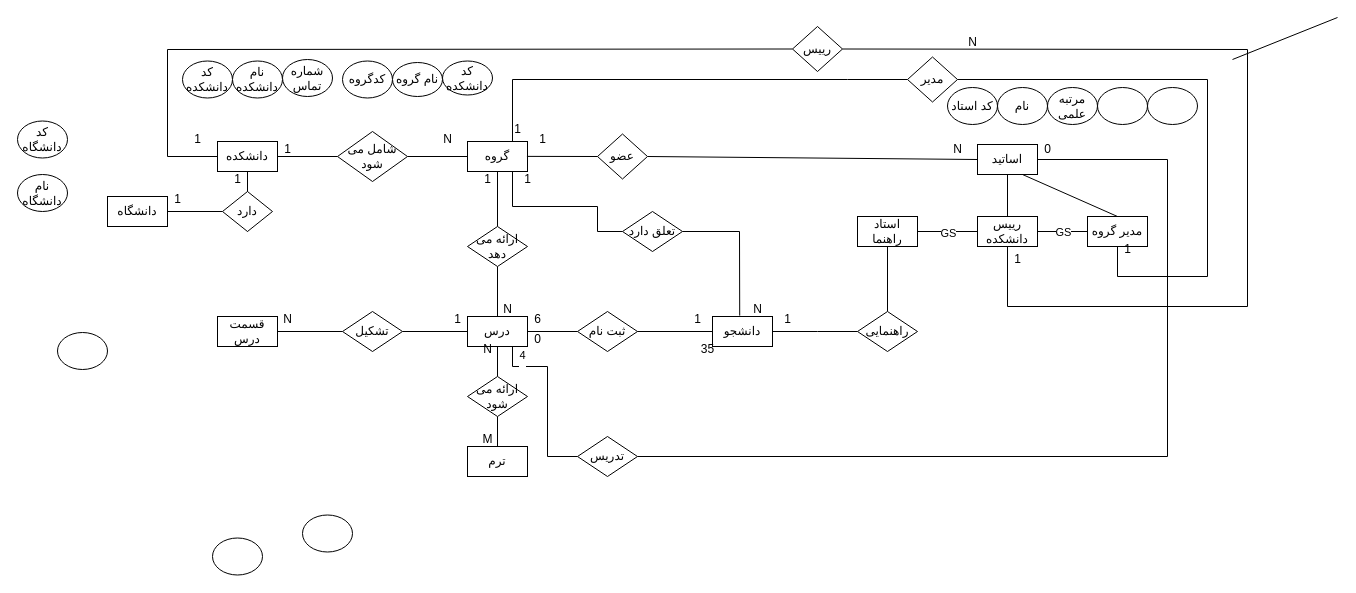
This is Untitled Diagram.drawio from Arsah65/led-light, a draw.io file, before an edit. Source tidied: cells renumbered, new cells numbered last; positions are measured from the earlier drawing's top-left corner, leaving out a move shared by most shapes. Both pictures are drawn from the tidied source at 100%, with x=0, y=0 at pixel (17, 17).
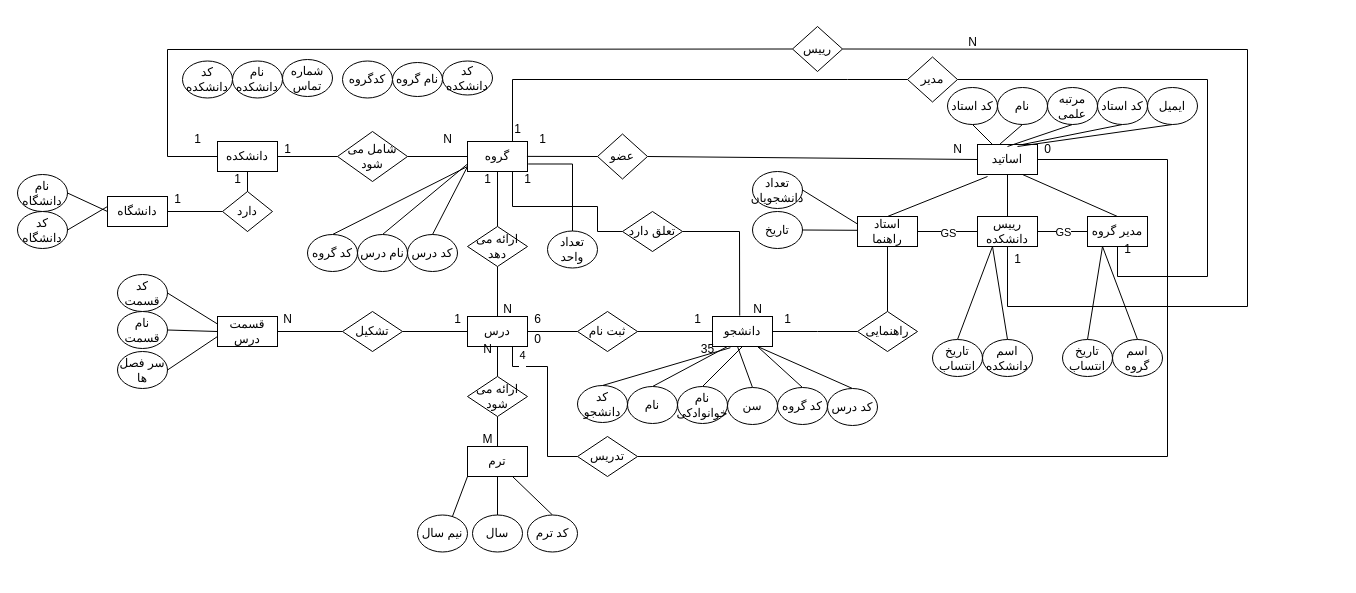
The same page after the edit.

Unchanged cells that the change refers to:
```xml
<mxCell id="3" value="دانشگاه" style="rounded=0;whiteSpace=wrap;html=1;" parent="1" vertex="1">
  <mxGeometry x="90" y="179" width="60" height="30" as="geometry" />
</mxCell>
<mxCell id="8" value="اساتید" style="rounded=0;whiteSpace=wrap;html=1;" parent="1" vertex="1">
  <mxGeometry x="960" y="127" width="60" height="30" as="geometry" />
</mxCell>
<mxCell id="12" value="گروه" style="rounded=0;whiteSpace=wrap;html=1;" parent="1" vertex="1">
  <mxGeometry x="450" y="124" width="60" height="30" as="geometry" />
</mxCell>
<mxCell id="13" value="قسمت درس " style="rounded=0;whiteSpace=wrap;html=1;" parent="1" vertex="1">
  <mxGeometry x="200" y="299" width="60" height="30" as="geometry" />
</mxCell>
<mxCell id="24" value="دانشجو" style="rounded=0;whiteSpace=wrap;html=1;" parent="1" vertex="1">
  <mxGeometry x="695" y="299" width="60" height="30" as="geometry" />
</mxCell>
<mxCell id="27" value="ترم" style="rounded=0;whiteSpace=wrap;html=1;" parent="1" vertex="1">
  <mxGeometry x="450" y="429" width="60" height="30" as="geometry" />
</mxCell>
<mxCell id="63" value="35" style="text;html=1;align=center;verticalAlign=middle;points=[];strokeColor=none;fillColor=none;" parent="1" vertex="1">
  <mxGeometry x="670" y="317" width="40" height="30" as="geometry" />
</mxCell>
<mxCell id="64" value="1" style="text;html=1;align=center;verticalAlign=middle;points=[];strokeColor=none;fillColor=none;" parent="1" vertex="1">
  <mxGeometry x="495" y="147" width="30" height="30" as="geometry" />
</mxCell>
<mxCell id="69" value="استاد راهنما" style="rounded=0;whiteSpace=wrap;html=1;" parent="1" vertex="1">
  <mxGeometry x="840" y="199" width="60" height="30" as="geometry" />
</mxCell>
<mxCell id="70" value="مدیر گروه" style="rounded=0;whiteSpace=wrap;html=1;" parent="1" vertex="1">
  <mxGeometry x="1070" y="199" width="60" height="30" as="geometry" />
</mxCell>
<mxCell id="75" value="رییس دانشکده" style="rounded=0;whiteSpace=wrap;html=1;" parent="1" vertex="1">
  <mxGeometry x="960" y="199" width="60" height="30" as="geometry" />
</mxCell>
<mxCell id="86" value="نام دانشگاه" style="ellipse;whiteSpace=wrap;html=1;" parent="1" vertex="1">
  <mxGeometry y="157" width="50" height="37" as="geometry" />
</mxCell>
<mxCell id="94" value="کد استاد" style="ellipse;whiteSpace=wrap;html=1;" parent="1" vertex="1">
  <mxGeometry x="930" y="70" width="50" height="37" as="geometry" />
</mxCell>
<mxCell id="97" value="نام" style="ellipse;whiteSpace=wrap;html=1;" parent="1" vertex="1">
  <mxGeometry x="980" y="70" width="50" height="37" as="geometry" />
</mxCell>
<mxCell id="98" value="مرتبه علمی" style="ellipse;whiteSpace=wrap;html=1;" parent="1" vertex="1">
  <mxGeometry x="1030" y="70" width="50" height="37" as="geometry" />
</mxCell>
```

The edit, as a diff of the source:
```diff
@@
-    <mxCell id="4" style="edgeStyle=none;rounded=0;orthogonalLoop=1;jettySize=auto;html=1;exitX=0.25;exitY=1;exitDx=0;exitDy=0;entryX=0.5;entryY=0;entryDx=0;entryDy=0;endArrow=none;startFill=0;" parent="1" edge="1">
-      <mxGeometry relative="1" as="geometry">
-        <mxPoint x="1320" as="sourcePoint" />
-        <mxPoint x="1215" y="42" as="targetPoint" />
-      </mxGeometry>
-    </mxCell>
@@
+    <mxCell id="101" style="edgeStyle=none;rounded=0;jettySize=auto;html=1;exitX=0.5;exitY=1;exitDx=0;exitDy=0;entryX=0.5;entryY=0;entryDx=0;entryDy=0;endArrow=none;startFill=0;" parent="1" edge="1" source="27" target="124">
+      <mxGeometry relative="1" as="geometry" />
+    </mxCell>
+    <mxCell id="102" style="edgeStyle=none;rounded=0;jettySize=auto;html=1;exitX=0.75;exitY=1;exitDx=0;exitDy=0;entryX=0.5;entryY=0;entryDx=0;entryDy=0;endArrow=none;startFill=0;" parent="1" edge="1" source="27" target="123">
+      <mxGeometry relative="1" as="geometry" />
+    </mxCell>
@@
+    <mxCell id="103" style="edgeStyle=none;rounded=0;jettySize=auto;html=1;exitX=0.5;exitY=0;exitDx=0;exitDy=0;endArrow=none;startFill=0;" parent="1" edge="1" source="69">
+      <mxGeometry relative="1" as="geometry">
+        <mxPoint x="970" y="159" as="targetPoint" />
+      </mxGeometry>
+    </mxCell>
@@
+    <mxCell id="104" style="edgeStyle=none;rounded=0;jettySize=auto;html=1;exitX=1;exitY=0.5;exitDx=0;exitDy=0;endArrow=none;startFill=0;" parent="1" edge="1" source="85">
+      <mxGeometry relative="1" as="geometry">
+        <mxPoint x="90" y="189" as="targetPoint" />
+      </mxGeometry>
+    </mxCell>
     <mxCell id="85" value="کد دانشگاه" style="ellipse;whiteSpace=wrap;html=1;" parent="1" vertex="1">
-      <mxGeometry y="103.5" width="50" height="37" as="geometry" />
+      <mxGeometry y="194" width="50" height="37" as="geometry" />
     </mxCell>
+    <mxCell id="105" style="edgeStyle=none;rounded=0;jettySize=auto;html=1;exitX=1;exitY=0.5;exitDx=0;exitDy=0;entryX=0;entryY=0.5;entryDx=0;entryDy=0;endArrow=none;startFill=0;" parent="1" edge="1" source="86" target="3">
+      <mxGeometry relative="1" as="geometry" />
+    </mxCell>
@@
+    <mxCell id="106" style="edgeStyle=none;rounded=0;jettySize=auto;html=1;exitX=0.5;exitY=0;exitDx=0;exitDy=0;endArrow=none;startFill=0;" parent="1" edge="1" source="91">
+      <mxGeometry relative="1" as="geometry">
+        <mxPoint x="450" y="149" as="targetPoint" />
+      </mxGeometry>
+    </mxCell>
-    <mxCell id="91" style="ellipse;whiteSpace=wrap;html=1;" parent="1" vertex="1">
-      <mxGeometry x="40" y="315" width="50" height="37" as="geometry" />
+    <mxCell id="91" value="کد گروه" style="ellipse;whiteSpace=wrap;html=1;" parent="1" vertex="1">
+      <mxGeometry x="290" y="217" width="50" height="37" as="geometry" />
     </mxCell>
+    <mxCell id="107" style="edgeStyle=none;rounded=0;jettySize=auto;html=1;exitX=0.5;exitY=0;exitDx=0;exitDy=0;entryX=0.75;entryY=1;entryDx=0;entryDy=0;endArrow=none;startFill=0;" parent="1" edge="1" source="92" target="24">
+      <mxGeometry relative="1" as="geometry" />
+    </mxCell>
-    <mxCell id="92" style="ellipse;whiteSpace=wrap;html=1;" parent="1" vertex="1">
-      <mxGeometry x="285" y="497.5" width="50" height="37" as="geometry" />
+    <mxCell id="92" value="کد درس" style="ellipse;whiteSpace=wrap;html=1;" parent="1" vertex="1">
+      <mxGeometry x="810" y="371" width="50" height="37" as="geometry" />
     </mxCell>
-    <mxCell id="93" style="ellipse;whiteSpace=wrap;html=1;" parent="1" vertex="1">
-      <mxGeometry x="195" y="520.5" width="50" height="37" as="geometry" />
-    </mxCell>
+    <mxCell id="108" style="edgeStyle=none;rounded=0;jettySize=auto;html=1;exitX=0.5;exitY=1;exitDx=0;exitDy=0;entryX=0.25;entryY=0;entryDx=0;entryDy=0;endArrow=none;startFill=0;" parent="1" edge="1" source="94" target="8">
+      <mxGeometry relative="1" as="geometry" />
+    </mxCell>
@@
+    <mxCell id="109" style="edgeStyle=none;rounded=0;jettySize=auto;html=1;exitX=0.5;exitY=1;exitDx=0;exitDy=0;endArrow=none;startFill=0;" parent="1" edge="1" source="98">
+      <mxGeometry relative="1" as="geometry">
+        <mxPoint x="990" y="129" as="targetPoint" />
+      </mxGeometry>
+    </mxCell>
@@
+    <mxCell id="110" style="edgeStyle=none;rounded=0;jettySize=auto;html=1;exitX=0.5;exitY=1;exitDx=0;exitDy=0;entryX=0.75;entryY=0;entryDx=0;entryDy=0;endArrow=none;startFill=0;" parent="1" edge="1" source="99" target="8">
+      <mxGeometry relative="1" as="geometry" />
+    </mxCell>
-    <mxCell id="99" style="ellipse;whiteSpace=wrap;html=1;" parent="1" vertex="1">
+    <mxCell id="99" value="کد استاد" style="ellipse;whiteSpace=wrap;html=1;" parent="1" vertex="1">
       <mxGeometry x="1080" y="70" width="50" height="37" as="geometry" />
     </mxCell>
+    <mxCell id="111" style="edgeStyle=none;rounded=0;jettySize=auto;html=1;exitX=0.5;exitY=1;exitDx=0;exitDy=0;endArrow=none;startFill=0;" parent="1" edge="1" source="100">
+      <mxGeometry relative="1" as="geometry">
+        <mxPoint x="1000" y="129" as="targetPoint" />
+      </mxGeometry>
+    </mxCell>
-    <mxCell id="100" style="ellipse;whiteSpace=wrap;html=1;" parent="1" vertex="1">
+    <mxCell id="100" value="ایمیل" style="ellipse;whiteSpace=wrap;html=1;" parent="1" vertex="1">
       <mxGeometry x="1130" y="70" width="50" height="37" as="geometry" />
     </mxCell>
+    <mxCell id="112" style="edgeStyle=none;rounded=0;jettySize=auto;html=1;exitX=0.5;exitY=0;exitDx=0;exitDy=0;entryX=0;entryY=0.75;entryDx=0;entryDy=0;endArrow=none;startFill=0;" parent="1" edge="1" source="113" target="12">
+      <mxGeometry relative="1" as="geometry" />
+    </mxCell>
+    <mxCell id="113" value="نام درس" style="ellipse;whiteSpace=wrap;html=1;" parent="1" vertex="1">
+      <mxGeometry x="340" y="217" width="50" height="37" as="geometry" />
+    </mxCell>
+    <mxCell id="114" value="کد درس " style="ellipse;whiteSpace=wrap;html=1;" parent="1" vertex="1">
+      <mxGeometry x="390" y="217" width="50" height="37" as="geometry" />
+    </mxCell>
+    <mxCell id="115" style="edgeStyle=orthogonalEdgeStyle;rounded=0;jettySize=auto;html=1;exitX=0.5;exitY=0;exitDx=0;exitDy=0;entryX=0.523;entryY=-0.017;entryDx=0;entryDy=0;entryPerimeter=0;endArrow=none;startFill=0;" parent="1" edge="1" source="116" target="64">
+      <mxGeometry relative="1" as="geometry">
+        <Array as="points">
+          <mxPoint x="555" y="146" />
+        </Array>
+      </mxGeometry>
+    </mxCell>
+    <mxCell id="116" value="تعداد واحد" style="ellipse;whiteSpace=wrap;html=1;" parent="1" vertex="1">
+      <mxGeometry x="530" y="213.5" width="50" height="37" as="geometry" />
+    </mxCell>
+    <mxCell id="117" style="edgeStyle=none;rounded=0;jettySize=auto;html=1;exitX=1;exitY=0.5;exitDx=0;exitDy=0;entryX=0;entryY=0.25;entryDx=0;entryDy=0;endArrow=none;startFill=0;" parent="1" edge="1" source="118" target="13">
+      <mxGeometry relative="1" as="geometry" />
+    </mxCell>
+    <mxCell id="118" value="کد قسمت" style="ellipse;whiteSpace=wrap;html=1;" parent="1" vertex="1">
+      <mxGeometry x="100" y="257" width="50" height="37" as="geometry" />
+    </mxCell>
+    <mxCell id="119" style="edgeStyle=none;rounded=0;jettySize=auto;html=1;exitX=1;exitY=0.5;exitDx=0;exitDy=0;entryX=0;entryY=0.5;entryDx=0;entryDy=0;endArrow=none;startFill=0;" parent="1" edge="1" source="120" target="13">
+      <mxGeometry relative="1" as="geometry" />
+    </mxCell>
+    <mxCell id="120" value="نام قسمت" style="ellipse;whiteSpace=wrap;html=1;" parent="1" vertex="1">
+      <mxGeometry x="100" y="294" width="50" height="37" as="geometry" />
+    </mxCell>
+    <mxCell id="121" style="edgeStyle=none;rounded=0;jettySize=auto;html=1;exitX=1;exitY=0.5;exitDx=0;exitDy=0;endArrow=none;startFill=0;" parent="1" edge="1" source="122">
+      <mxGeometry relative="1" as="geometry">
+        <mxPoint x="200" y="319" as="targetPoint" />
+      </mxGeometry>
+    </mxCell>
+    <mxCell id="122" value="سر فصل ها" style="ellipse;whiteSpace=wrap;html=1;" parent="1" vertex="1">
+      <mxGeometry x="100" y="334" width="50" height="37" as="geometry" />
+    </mxCell>
+    <mxCell id="123" value="کد ترم" style="ellipse;whiteSpace=wrap;html=1;" parent="1" vertex="1">
+      <mxGeometry x="510" y="497.5" width="50" height="37" as="geometry" />
+    </mxCell>
+    <mxCell id="124" value="سال" style="ellipse;whiteSpace=wrap;html=1;" parent="1" vertex="1">
+      <mxGeometry x="455" y="497.5" width="50" height="37" as="geometry" />
+    </mxCell>
+    <mxCell id="125" value="نیم سال" style="ellipse;whiteSpace=wrap;html=1;" parent="1" vertex="1">
+      <mxGeometry x="400" y="497.5" width="50" height="37" as="geometry" />
+    </mxCell>
+    <mxCell id="126" style="edgeStyle=none;rounded=0;jettySize=auto;html=1;exitX=0.5;exitY=0;exitDx=0;exitDy=0;entryX=0.75;entryY=1;entryDx=0;entryDy=0;endArrow=none;startFill=0;" parent="1" edge="1" source="127" target="24">
+      <mxGeometry relative="1" as="geometry" />
+    </mxCell>
+    <mxCell id="127" value="کد گروه" style="ellipse;whiteSpace=wrap;html=1;" parent="1" vertex="1">
+      <mxGeometry x="760" y="370" width="50" height="37" as="geometry" />
+    </mxCell>
+    <mxCell id="128" style="edgeStyle=none;rounded=0;jettySize=auto;html=1;exitX=0.5;exitY=0;exitDx=0;exitDy=0;endArrow=none;startFill=0;" parent="1" edge="1" source="129">
+      <mxGeometry relative="1" as="geometry">
+        <mxPoint x="720" y="329" as="targetPoint" />
+      </mxGeometry>
+    </mxCell>
+    <mxCell id="129" value="سن" style="ellipse;whiteSpace=wrap;html=1;" parent="1" vertex="1">
+      <mxGeometry x="710" y="370" width="50" height="37" as="geometry" />
+    </mxCell>
+    <mxCell id="130" style="edgeStyle=none;rounded=0;jettySize=auto;html=1;exitX=0.5;exitY=0;exitDx=0;exitDy=0;entryX=0.5;entryY=1;entryDx=0;entryDy=0;endArrow=none;startFill=0;" parent="1" edge="1" source="131" target="24">
+      <mxGeometry relative="1" as="geometry" />
+    </mxCell>
+    <mxCell id="131" value="نام خوانوادکی" style="ellipse;whiteSpace=wrap;html=1;" parent="1" vertex="1">
+      <mxGeometry x="660" y="369" width="50" height="37" as="geometry" />
+    </mxCell>
+    <mxCell id="132" style="edgeStyle=none;rounded=0;jettySize=auto;html=1;exitX=0.5;exitY=0;exitDx=0;exitDy=0;entryX=0.25;entryY=1;entryDx=0;entryDy=0;endArrow=none;startFill=0;" parent="1" edge="1" source="133" target="24">
+      <mxGeometry relative="1" as="geometry" />
+    </mxCell>
+    <mxCell id="133" value="نام" style="ellipse;whiteSpace=wrap;html=1;" parent="1" vertex="1">
+      <mxGeometry x="610" y="369" width="50" height="37" as="geometry" />
+    </mxCell>
+    <mxCell id="134" value="کد دانشجو" style="ellipse;whiteSpace=wrap;html=1;" parent="1" vertex="1">
+      <mxGeometry x="560" y="368" width="50" height="37" as="geometry" />
+    </mxCell>
+    <mxCell id="135" style="edgeStyle=none;rounded=0;jettySize=auto;html=1;exitX=1;exitY=0.5;exitDx=0;exitDy=0;entryX=0;entryY=0.25;entryDx=0;entryDy=0;endArrow=none;startFill=0;" parent="1" edge="1" source="136" target="69">
+      <mxGeometry relative="1" as="geometry" />
+    </mxCell>
+    <mxCell id="136" value="تعداد دانشجویان" style="ellipse;whiteSpace=wrap;html=1;" parent="1" vertex="1">
+      <mxGeometry x="735" y="154" width="50" height="37" as="geometry" />
+    </mxCell>
+    <mxCell id="137" style="edgeStyle=none;rounded=0;jettySize=auto;html=1;exitX=1;exitY=0.5;exitDx=0;exitDy=0;endArrow=none;startFill=0;" parent="1" edge="1" source="138">
+      <mxGeometry relative="1" as="geometry">
+        <mxPoint x="840" y="212.8" as="targetPoint" />
+      </mxGeometry>
+    </mxCell>
+    <mxCell id="138" value="تاریخ" style="ellipse;whiteSpace=wrap;html=1;" parent="1" vertex="1">
+      <mxGeometry x="735" y="194" width="50" height="37" as="geometry" />
+    </mxCell>
+    <mxCell id="139" style="edgeStyle=none;rounded=0;jettySize=auto;html=1;exitX=0.5;exitY=0;exitDx=0;exitDy=0;entryX=0.25;entryY=1;entryDx=0;entryDy=0;endArrow=none;startFill=0;" parent="1" edge="1" source="140" target="75">
+      <mxGeometry relative="1" as="geometry" />
+    </mxCell>
+    <mxCell id="140" value="تاریخ انتساب" style="ellipse;whiteSpace=wrap;html=1;" parent="1" vertex="1">
+      <mxGeometry x="915" y="322" width="50" height="37" as="geometry" />
+    </mxCell>
+    <mxCell id="141" value="اسم دانشکده" style="ellipse;whiteSpace=wrap;html=1;" parent="1" vertex="1">
+      <mxGeometry x="965" y="322" width="50" height="37" as="geometry" />
+    </mxCell>
+    <mxCell id="142" value="اسم گروه" style="ellipse;whiteSpace=wrap;html=1;" parent="1" vertex="1">
+      <mxGeometry x="1095" y="322" width="50" height="37" as="geometry" />
+    </mxCell>
+    <mxCell id="143" style="edgeStyle=none;rounded=0;jettySize=auto;html=1;exitX=0.5;exitY=0;exitDx=0;exitDy=0;entryX=0.25;entryY=1;entryDx=0;entryDy=0;endArrow=none;startFill=0;" parent="1" edge="1" source="144" target="70">
+      <mxGeometry relative="1" as="geometry" />
+    </mxCell>
+    <mxCell id="144" value="تاریخ انتساب" style="ellipse;whiteSpace=wrap;html=1;" parent="1" vertex="1">
+      <mxGeometry x="1045" y="322" width="50" height="37" as="geometry" />
+    </mxCell>
+    <mxCell id="145" style="edgeStyle=none;rounded=0;jettySize=auto;html=1;exitX=0.5;exitY=0;exitDx=0;exitDy=0;entryX=0.25;entryY=1;entryDx=0;entryDy=0;endArrow=none;startFill=0;" parent="1" edge="1" source="142" target="70">
+      <mxGeometry relative="1" as="geometry" />
+    </mxCell>
+    <mxCell id="146" style="edgeStyle=none;rounded=0;jettySize=auto;html=1;exitX=0.5;exitY=0;exitDx=0;exitDy=0;entryX=0.25;entryY=1;entryDx=0;entryDy=0;endArrow=none;startFill=0;" parent="1" edge="1" source="141" target="75">
+      <mxGeometry relative="1" as="geometry" />
+    </mxCell>
+    <mxCell id="147" style="edgeStyle=none;rounded=0;jettySize=auto;html=1;exitX=0.5;exitY=1;exitDx=0;exitDy=0;entryX=0.376;entryY=-0.017;entryDx=0;entryDy=0;entryPerimeter=0;endArrow=none;startFill=0;" parent="1" edge="1" source="97" target="8">
+      <mxGeometry relative="1" as="geometry" />
+    </mxCell>
+    <mxCell id="148" style="edgeStyle=none;rounded=0;jettySize=auto;html=1;exitX=0.5;exitY=0;exitDx=0;exitDy=0;entryX=1.073;entryY=0.44;entryDx=0;entryDy=0;entryPerimeter=0;endArrow=none;startFill=0;" parent="1" edge="1" source="134" target="63">
+      <mxGeometry relative="1" as="geometry" />
+    </mxCell>
+    <mxCell id="149" style="edgeStyle=none;rounded=0;jettySize=auto;html=1;exitX=0.5;exitY=0;exitDx=0;exitDy=0;endArrow=none;startFill=0;" parent="1" edge="1" source="114">
+      <mxGeometry relative="1" as="geometry">
+        <mxPoint x="450" y="149" as="targetPoint" />
+      </mxGeometry>
+    </mxCell>
+    <mxCell id="150" style="edgeStyle=none;rounded=0;jettySize=auto;html=1;exitX=0;exitY=1;exitDx=0;exitDy=0;entryX=0.696;entryY=0.05;entryDx=0;entryDy=0;entryPerimeter=0;endArrow=none;startFill=0;" parent="1" edge="1" source="27" target="125">
+      <mxGeometry relative="1" as="geometry" />
+    </mxCell>
```
